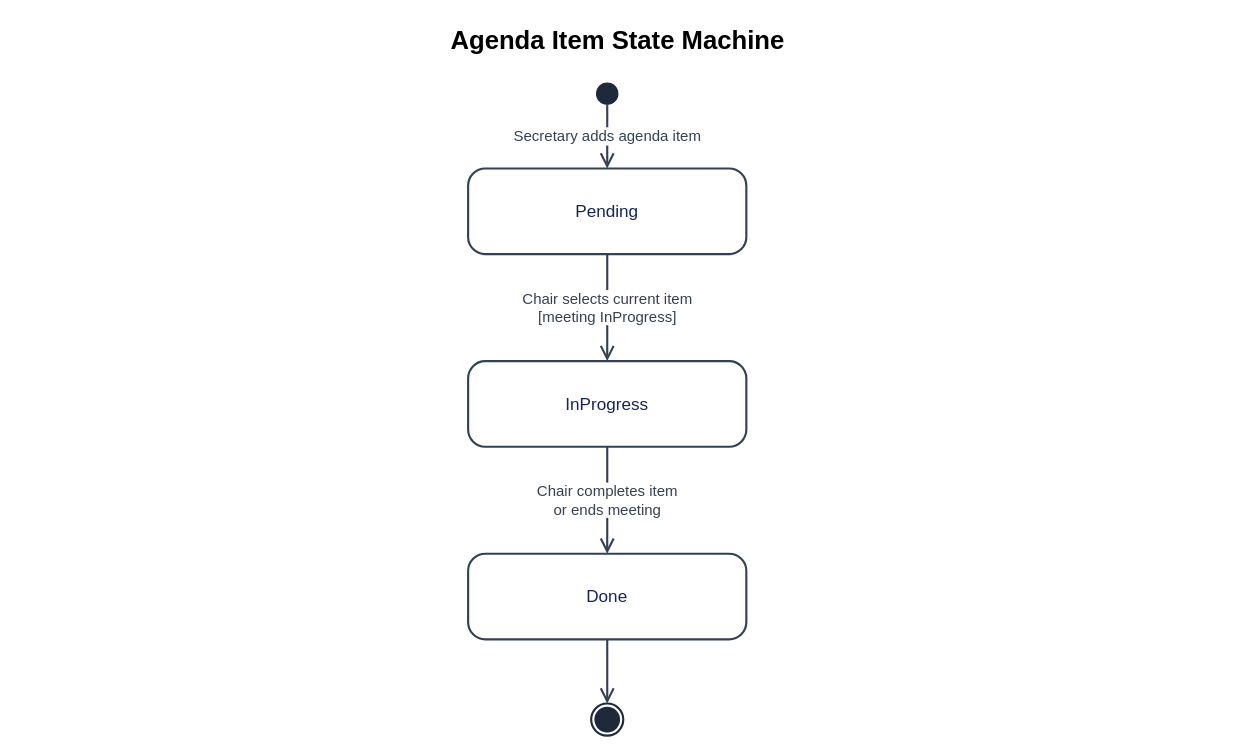
This is docs/10-statemachine/SM-02_Agenda.drawio from callmehai/FU-FA26-G116, a draw.io file, before an edit. Source tidied: cells renumbered, new cells numbered last; positions are measured from the earlier drawing's top-left corner, leaving out a move shared by most shapes. Both pictures are drawn from the tidied source at 107%, with x=0, y=0 at pixel (18, 18).
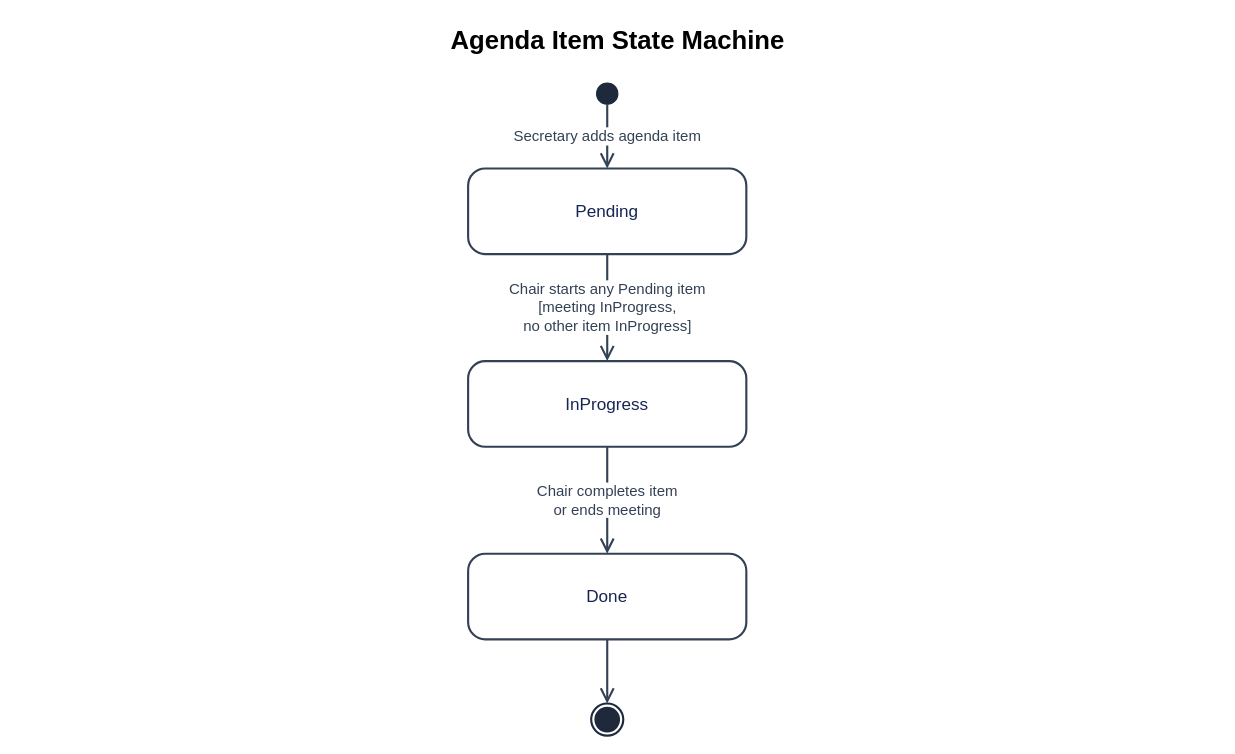
The same diagram, later.

Diff of the diagram source:
```diff
@@
 <mxGraphModel background="#ffffff">
   <root>
     <mxCell id="0" />
     <mxCell id="1" parent="0" />
     <mxCell id="2" value="Agenda Item State Machine" style="html=1;whiteSpace=wrap;fontFamily=Arial;fontSize=16;text;align=center;fontStyle=1;fontSize=24;" parent="1" vertex="1">
       <mxGeometry width="1120" height="50" as="geometry" />
     </mxCell>
     <mxCell id="3" style="html=1;whiteSpace=wrap;fontFamily=Arial;fontSize=16;ellipse;fillColor=#1e293b;strokeColor=#1e293b;" parent="1" vertex="1">
       <mxGeometry x="540" y="60" width="20" height="20" as="geometry" />
     </mxCell>
     <mxCell id="4" value="Pending" style="html=1;whiteSpace=wrap;fontFamily=Arial;fontSize=16;rounded=1;arcSize=20;fillColor=#ffffff;strokeColor=#334155;fontColor=#172554;strokeWidth=2;" parent="1" vertex="1">
       <mxGeometry x="420" y="140" width="260" height="80" as="geometry" />
     </mxCell>
     <mxCell id="5" value="InProgress" style="html=1;whiteSpace=wrap;fontFamily=Arial;fontSize=16;rounded=1;arcSize=20;fillColor=#ffffff;strokeColor=#334155;fontColor=#172554;strokeWidth=2;" parent="1" vertex="1">
       <mxGeometry x="420" y="320" width="260" height="80" as="geometry" />
     </mxCell>
     <mxCell id="6" value="Done" style="html=1;whiteSpace=wrap;fontFamily=Arial;fontSize=16;rounded=1;arcSize=20;fillColor=#ffffff;strokeColor=#334155;fontColor=#172554;strokeWidth=2;" parent="1" vertex="1">
       <mxGeometry x="420" y="500" width="260" height="80" as="geometry" />
     </mxCell>
     <mxCell id="7" value="Secretary adds agenda item" style="edgeStyle=orthogonalEdgeStyle;rounded=1;jettySize=auto;html=1;endArrow=open;endSize=10;strokeWidth=2;strokeColor=#334155;fontColor=#334155;fontFamily=Arial;fontSize=14;labelBackgroundColor=#ffffff;exitX=0.5;exitY=1;entryX=0.5;entryY=0;" parent="1" edge="1" source="3" target="4">
       <mxGeometry relative="1" as="geometry" />
     </mxCell>
-    <mxCell id="8" value="Chair selects current item&#10;[meeting InProgress]" style="edgeStyle=orthogonalEdgeStyle;rounded=1;jettySize=auto;html=1;endArrow=open;endSize=10;strokeWidth=2;strokeColor=#334155;fontColor=#334155;fontFamily=Arial;fontSize=14;labelBackgroundColor=#ffffff;exitX=0.5;exitY=1;entryX=0.5;entryY=0;" parent="1" edge="1" source="4" target="5">
+    <mxCell id="8" value="Chair starts any Pending item&#10;[meeting InProgress,&#10;no other item InProgress]" style="edgeStyle=orthogonalEdgeStyle;rounded=1;jettySize=auto;html=1;endArrow=open;endSize=10;strokeWidth=2;strokeColor=#334155;fontColor=#334155;fontFamily=Arial;fontSize=14;labelBackgroundColor=#ffffff;exitX=0.5;exitY=1;entryX=0.5;entryY=0;" parent="1" edge="1" source="4" target="5">
       <mxGeometry relative="1" as="geometry" />
     </mxCell>
     <mxCell id="9" value="Chair completes item&#10;or ends meeting" style="edgeStyle=orthogonalEdgeStyle;rounded=1;jettySize=auto;html=1;endArrow=open;endSize=10;strokeWidth=2;strokeColor=#334155;fontColor=#334155;fontFamily=Arial;fontSize=14;labelBackgroundColor=#ffffff;exitX=0.5;exitY=1;entryX=0.5;entryY=0;" parent="1" edge="1" source="5" target="6">
       <mxGeometry relative="1" as="geometry" />
     </mxCell>
     <mxCell id="10" style="ellipse;html=1;shape=endState;fillColor=#1e293b;strokeColor=#1e293b;strokeWidth=2;" parent="1" vertex="1">
       <mxGeometry x="535" y="640" width="30" height="30" as="geometry" />
     </mxCell>
     <mxCell id="11" style="edgeStyle=orthogonalEdgeStyle;rounded=1;jettySize=auto;html=1;endArrow=open;endSize=10;strokeWidth=2;strokeColor=#334155;exitX=0.5;exitY=1;entryX=0.5;entryY=0;" parent="1" edge="1" source="6" target="10">
       <mxGeometry relative="1" as="geometry" />
     </mxCell>
   </root>
 </mxGraphModel>
```
